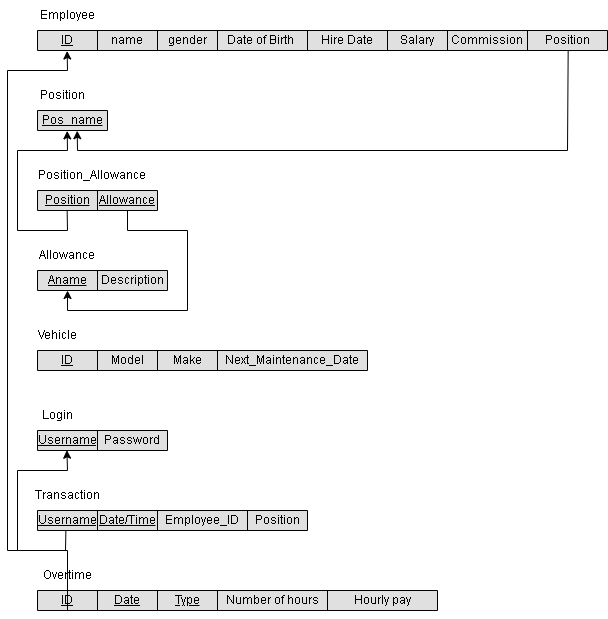
Before: Phase 1/Relational Schema.drawio.png, a diagram exported from draw.io (AhmedElkhashn/DB-project). Source tidied: cells renumbered, new cells last; positions are measured from the earlier drawing's top-left corner, leaving out a move shared by most shapes.
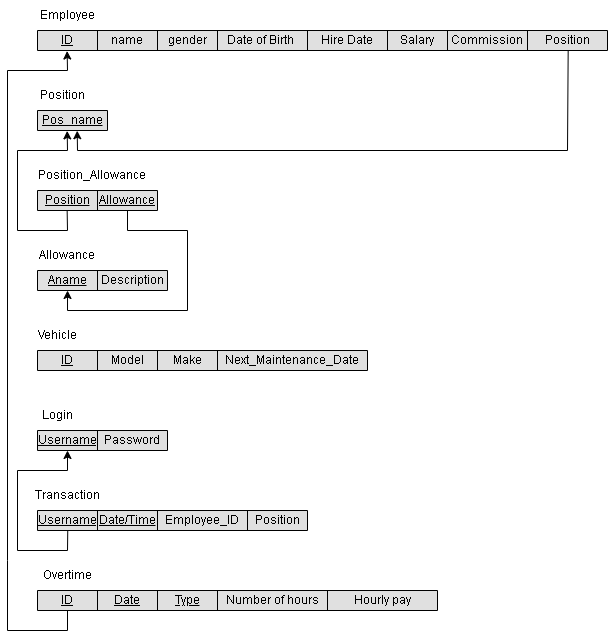
Above is the later version.

Diff of the diagram source:
```diff
@@ -122,10 +122,11 @@
     <mxCell id="41" value="Transaction" style="text;html=1;strokeColor=none;fillColor=none;align=center;verticalAlign=middle;whiteSpace=wrap;rounded=0;" parent="1" vertex="1">
       <mxGeometry x="30" y="480" width="60" height="30" as="geometry" />
     </mxCell>
-    <mxCell id="42" style="endArrow=classic;html=1;rounded=0;exitX=0.105;exitY=1.043;exitDx=0;exitDy=0;exitPerimeter=0;entryX=0.226;entryY=0.987;entryDx=0;entryDy=0;entryPerimeter=0;" parent="1" edge="1" source="36" target="30">
+    <mxCell id="42" style="endArrow=classic;html=1;rounded=0;exitX=0.112;exitY=1.025;exitDx=0;exitDy=0;exitPerimeter=0;" parent="1" edge="1" source="36">
       <mxGeometry relative="1" as="geometry">
+        <mxPoint x="60" y="450" as="targetPoint" />
         <Array as="points">
-          <mxPoint x="58" y="550" />
+          <mxPoint x="60" y="550" />
           <mxPoint x="10" y="550" />
           <mxPoint x="10" y="470" />
           <mxPoint x="60" y="470" />
@@ -159,8 +160,9 @@
     <mxCell id="51" style="endArrow=classic;html=1;rounded=0;exitX=0.075;exitY=1.011;exitDx=0;exitDy=0;exitPerimeter=0;entryX=0.052;entryY=1.026;entryDx=0;entryDy=0;entryPerimeter=0;" parent="1" edge="1" source="44" target="3">
       <mxGeometry relative="1" as="geometry">
         <Array as="points">
-          <mxPoint x="60" y="550" />
-          <mxPoint y="550" />
+          <mxPoint x="60" y="630" />
+          <mxPoint y="630" />
+          <mxPoint y="560" />
           <mxPoint y="70" />
           <mxPoint x="60" y="70" />
         </Array>
```
